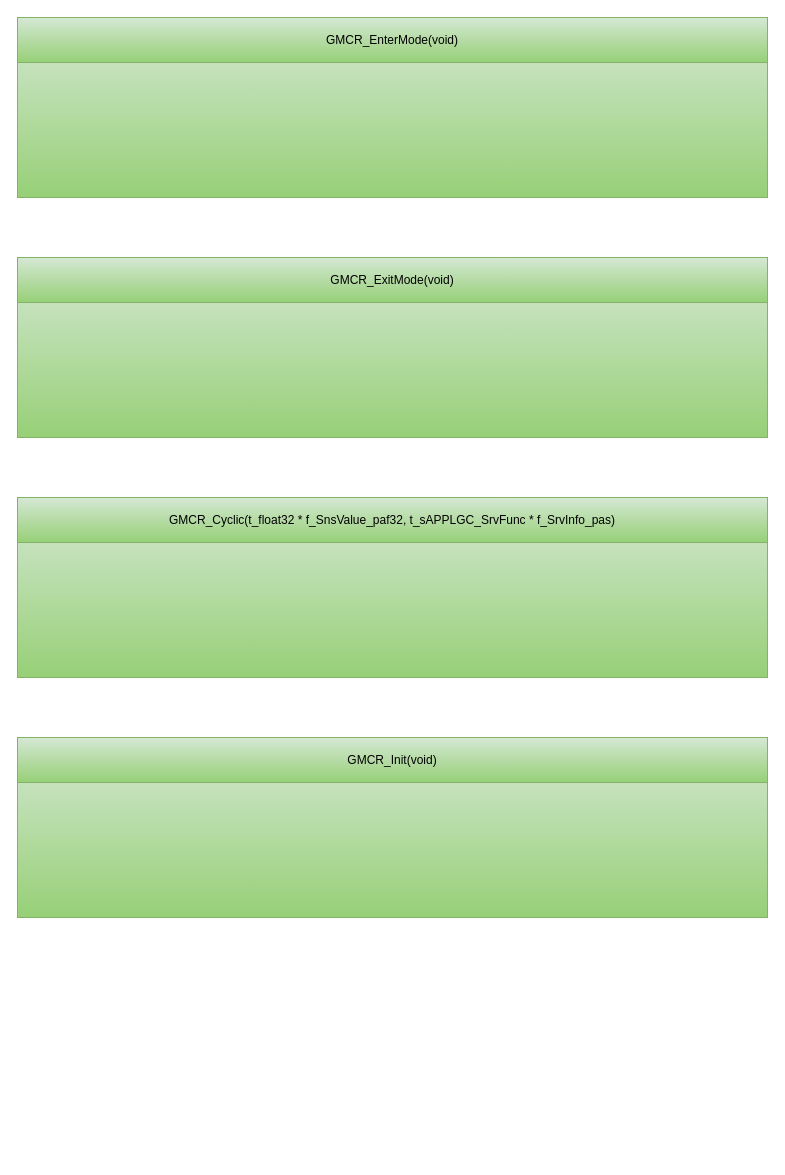
Earlier version of the draw.io diagram page "API" (3 of 7) of src/3_APP/APP_LGC/Src/Agents/Gantry/Src/GantryMotionControl/GMCR/Doc/DesignGMCR.drawio (mbarbeau0545/PickersRobotPOC). Source tidied: cells renumbered, new cells numbered last; positions are measured from the earlier drawing's top-left corner, leaving out a move shared by most shapes. Both pictures are drawn from the tidied source at 100%, with x=0, y=0 at pixel (17, 17).
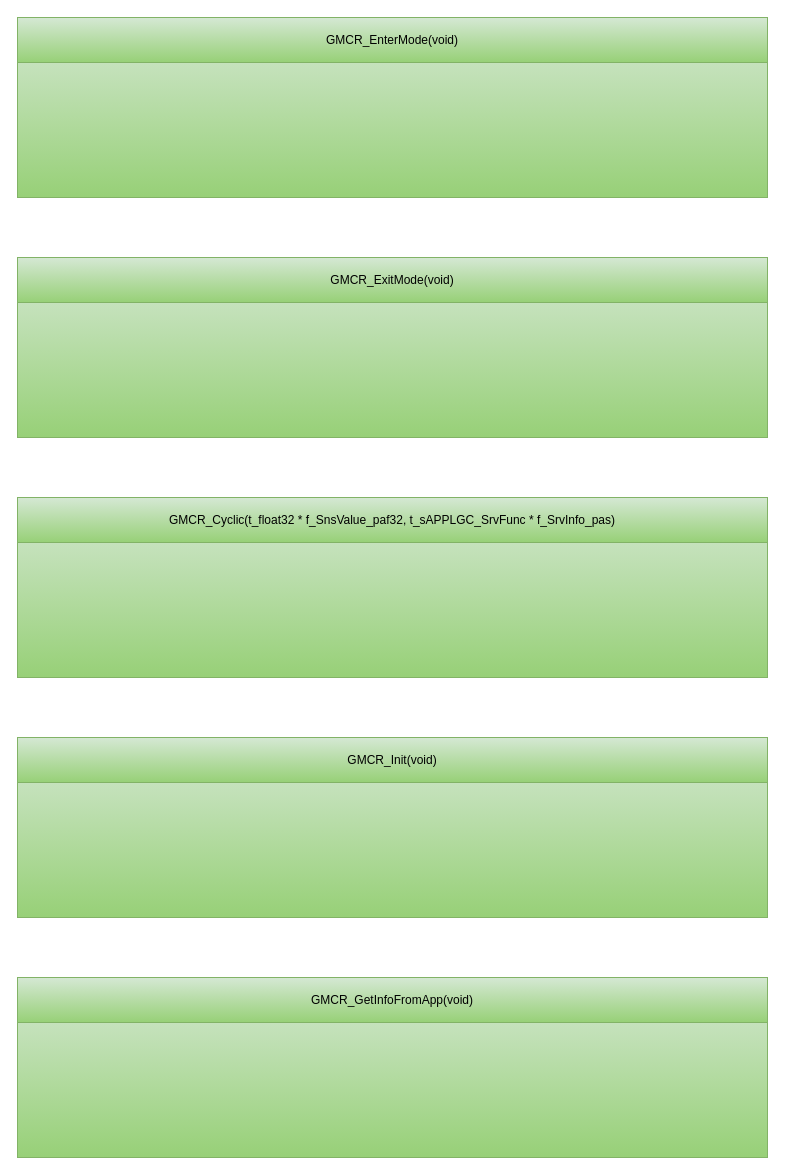
Above is the later version.

Change to the diagram source:
```diff
@@
 <mxGraphModel>
   <root>
     <mxCell id="0" />
     <mxCell id="1" parent="0" />
     <mxCell id="2" style="group;fontSize=12;" parent="1" vertex="1">
       <mxGeometry width="750" height="180" as="geometry" />
     </mxCell>
     <mxCell id="3" value="&lt;div style=&quot;font-size: 12px;&quot;&gt;&lt;div style=&quot;font-size: 12px;&quot;&gt;&lt;br&gt;&lt;/div&gt;&lt;/div&gt;" style="rounded=0;whiteSpace=wrap;html=1;fillColor=#d5e8d4;gradientColor=#97d077;strokeColor=#82b366;fontColor=#000000;align=left;fontSize=12;" parent="2" vertex="1">
       <mxGeometry width="750" height="180" as="geometry" />
     </mxCell>
     <mxCell id="4" value="GMCR_EnterMode(void)" style="rounded=0;whiteSpace=wrap;html=1;fillColor=#d5e8d4;gradientColor=#97d077;strokeColor=#82b366;fontColor=#000000;fontSize=12;" parent="2" vertex="1">
       <mxGeometry width="750" height="45" as="geometry" />
     </mxCell>
     <mxCell id="5" style="group;fontSize=12;" parent="1" vertex="1">
       <mxGeometry y="240" width="750" height="180" as="geometry" />
     </mxCell>
     <mxCell id="6" value="&lt;div style=&quot;font-size: 12px;&quot;&gt;&lt;div style=&quot;font-size: 12px;&quot;&gt;&lt;br&gt;&lt;/div&gt;&lt;/div&gt;" style="rounded=0;whiteSpace=wrap;html=1;fillColor=#d5e8d4;gradientColor=#97d077;strokeColor=#82b366;fontColor=#000000;align=left;fontSize=12;" parent="5" vertex="1">
       <mxGeometry width="750" height="180" as="geometry" />
     </mxCell>
     <mxCell id="7" value="GMCR_ExitMode(void)" style="rounded=0;whiteSpace=wrap;html=1;fillColor=#d5e8d4;gradientColor=#97d077;strokeColor=#82b366;fontColor=#000000;fontSize=12;" parent="5" vertex="1">
       <mxGeometry width="750" height="45" as="geometry" />
     </mxCell>
     <mxCell id="8" style="group;fontSize=12;" parent="1" vertex="1">
       <mxGeometry y="480" width="750" height="180" as="geometry" />
     </mxCell>
     <mxCell id="9" value="&lt;div style=&quot;font-size: 12px;&quot;&gt;&lt;div style=&quot;font-size: 12px;&quot;&gt;&lt;br&gt;&lt;/div&gt;&lt;/div&gt;" style="rounded=0;whiteSpace=wrap;html=1;fillColor=#d5e8d4;gradientColor=#97d077;strokeColor=#82b366;fontColor=#000000;align=left;fontSize=12;" parent="8" vertex="1">
       <mxGeometry width="750" height="180" as="geometry" />
     </mxCell>
     <mxCell id="10" value="GMCR_Cyclic&lt;span style=&quot;font-size: 12px; text-align: left;&quot;&gt;(&lt;/span&gt;&lt;span style=&quot;font-size: 12px; background-color: initial;&quot;&gt;t_float32 * f_SnsValue_paf32, t_sAPPLGC_SrvFunc * f_SrvInfo_pas&lt;/span&gt;&lt;span style=&quot;background-color: initial; font-size: 12px;&quot;&gt;)&lt;/span&gt;" style="rounded=0;whiteSpace=wrap;html=1;fillColor=#d5e8d4;gradientColor=#97d077;strokeColor=#82b366;fontColor=#000000;fontSize=12;" parent="8" vertex="1">
       <mxGeometry width="750" height="45" as="geometry" />
     </mxCell>
     <mxCell id="11" style="group;fontSize=12;" parent="1" vertex="1">
       <mxGeometry y="720" width="750" height="180" as="geometry" />
     </mxCell>
     <mxCell id="12" value="&lt;div style=&quot;font-size: 12px;&quot;&gt;&lt;div style=&quot;font-size: 12px;&quot;&gt;&lt;br&gt;&lt;/div&gt;&lt;/div&gt;" style="rounded=0;whiteSpace=wrap;html=1;fillColor=#d5e8d4;gradientColor=#97d077;strokeColor=#82b366;fontColor=#000000;align=left;fontSize=12;" parent="11" vertex="1">
       <mxGeometry width="750" height="180" as="geometry" />
     </mxCell>
     <mxCell id="13" value="GMCR_Init(void)" style="rounded=0;whiteSpace=wrap;html=1;fillColor=#d5e8d4;gradientColor=#97d077;strokeColor=#82b366;fontColor=#000000;fontSize=12;" parent="11" vertex="1">
       <mxGeometry width="750" height="45" as="geometry" />
     </mxCell>
+    <mxCell id="14" style="group;fontSize=12;" parent="1" vertex="1">
+      <mxGeometry y="960" width="750" height="180" as="geometry" />
+    </mxCell>
+    <mxCell id="15" value="&lt;div style=&quot;font-size: 12px;&quot;&gt;&lt;div style=&quot;font-size: 12px;&quot;&gt;&lt;br&gt;&lt;/div&gt;&lt;/div&gt;" style="rounded=0;whiteSpace=wrap;html=1;fillColor=#d5e8d4;gradientColor=#97d077;strokeColor=#82b366;fontColor=#000000;align=left;fontSize=12;" parent="14" vertex="1">
+      <mxGeometry width="750" height="180" as="geometry" />
+    </mxCell>
+    <mxCell id="16" value="GMCR_GetInfoFromApp(void)" style="rounded=0;whiteSpace=wrap;html=1;fillColor=#d5e8d4;gradientColor=#97d077;strokeColor=#82b366;fontColor=#000000;fontSize=12;" parent="14" vertex="1">
+      <mxGeometry width="750" height="45" as="geometry" />
+    </mxCell>
   </root>
 </mxGraphModel>
```
